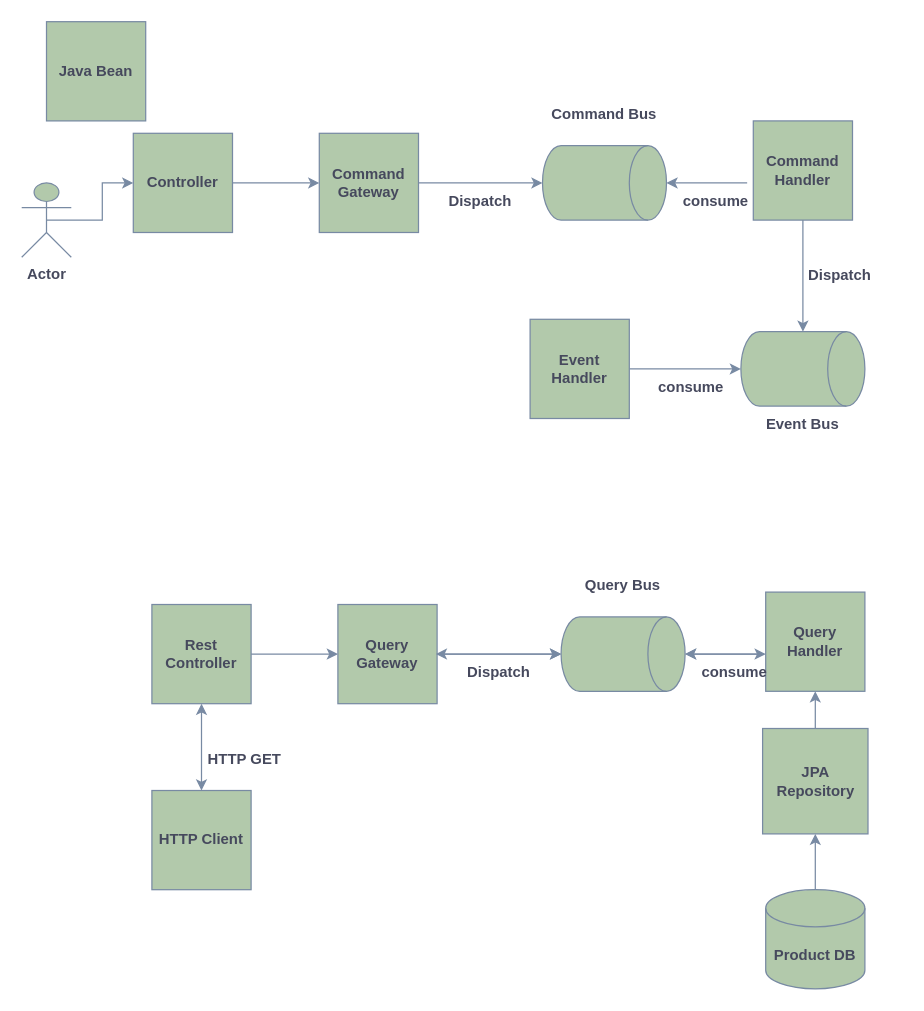
gauravgarg/test keeps this draw.io diagram as CQRS.drawio. Above is the earlier version. Source tidied: cells renumbered, new cells numbered last; positions are measured from the earlier drawing's top-left corner, leaving out a move shared by most shapes. Both pictures are drawn from the tidied source at 124%, with x=0, y=0 at pixel (21, 21).
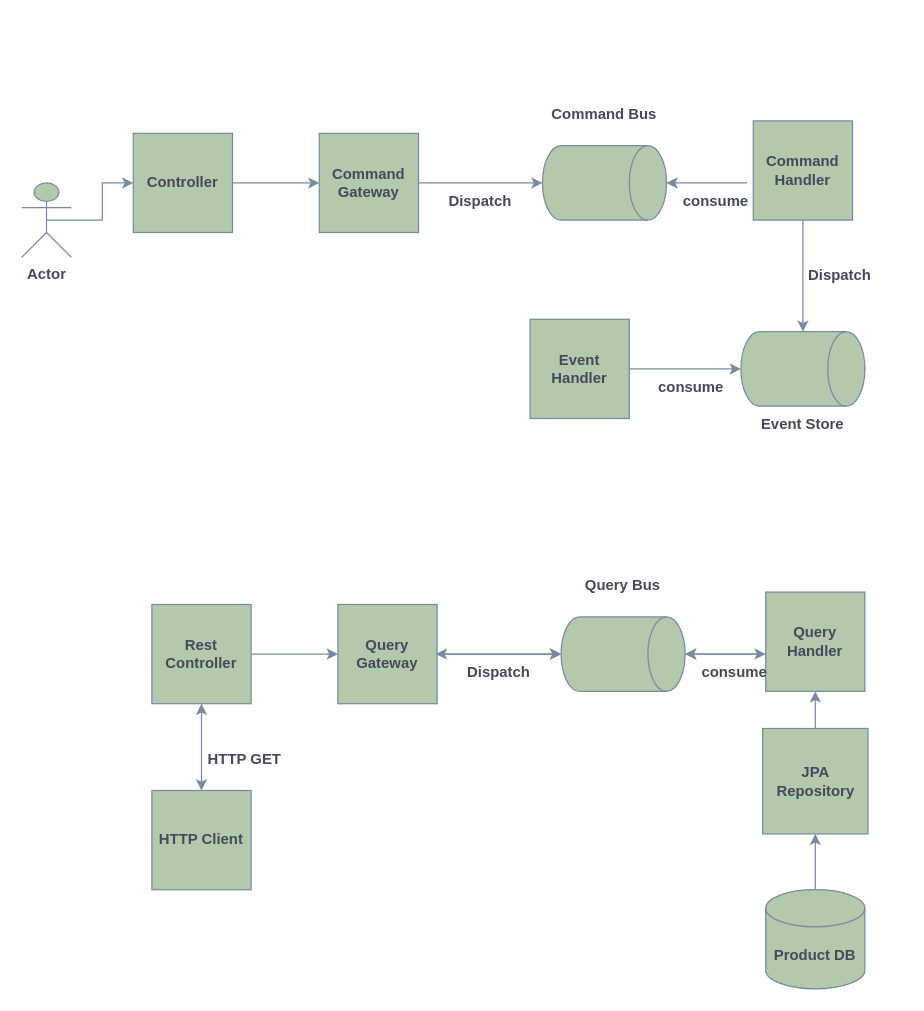
The same page after the edit.

The edit, as a diff of the source:
```diff
@@
-    <mxCell id="5" value="Java Bean&lt;br&gt;" style="whiteSpace=wrap;html=1;labelBackgroundColor=none;fillColor=#B2C9AB;strokeColor=#788AA3;fontColor=#46495D;fontStyle=1;" parent="1" vertex="1">
-      <mxGeometry x="20" width="80" height="80" as="geometry" />
-    </mxCell>
@@
-    <mxCell id="19" value="Event Bus" style="text;html=1;strokeColor=none;fillColor=none;align=center;verticalAlign=middle;whiteSpace=wrap;rounded=0;labelBackgroundColor=none;fontColor=#46495D;fontStyle=1;" parent="1" vertex="1">
+    <mxCell id="19" value="Event Store" style="text;html=1;strokeColor=none;fillColor=none;align=center;verticalAlign=middle;whiteSpace=wrap;rounded=0;labelBackgroundColor=none;fontColor=#46495D;fontStyle=1;" parent="1" vertex="1">
       <mxGeometry x="580" y="310" width="100" height="30" as="geometry" />
     </mxCell>
```
